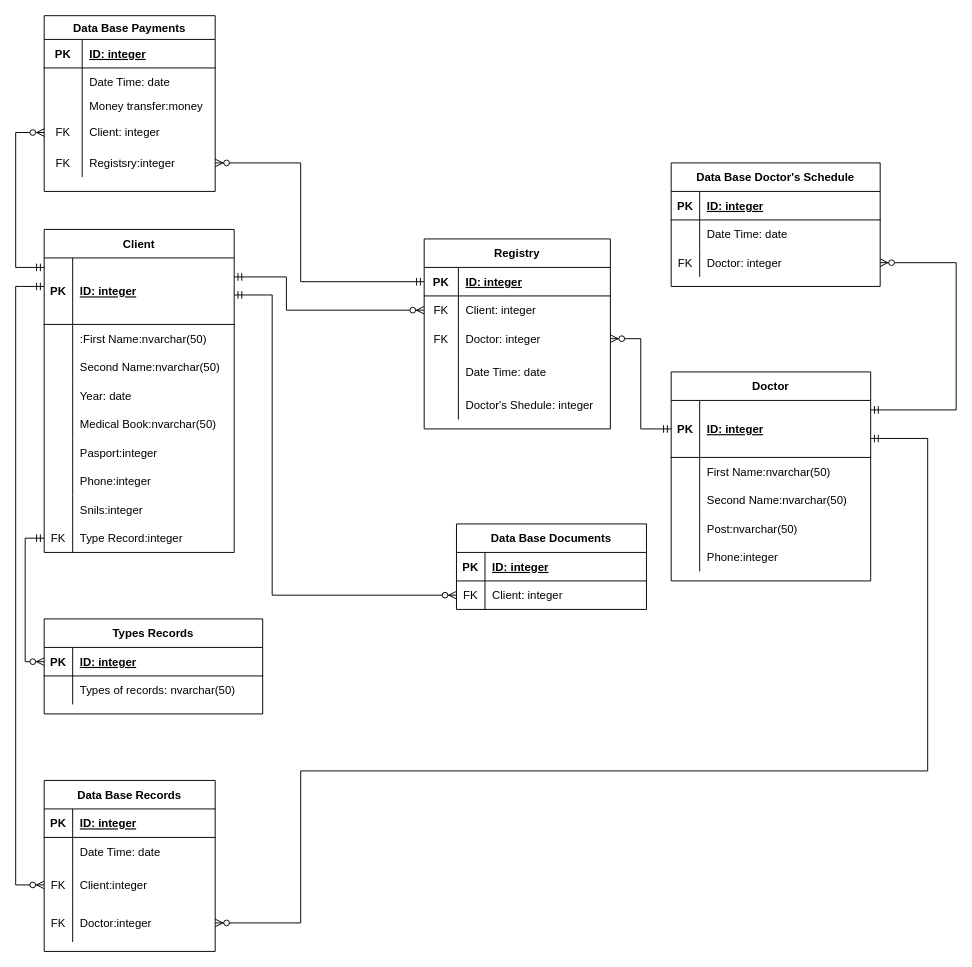
Before: page "Страница 3" (3 of 3) of diagram.drawio in vlvsk/TechnologiiProg, a draw.io diagram. Source tidied: cells renumbered, new cells numbered last; positions are measured from the earlier drawing's top-left corner, leaving out a move shared by most shapes. Both pictures are drawn from the tidied source at 95%, with x=0, y=0 at pixel (15, 15).
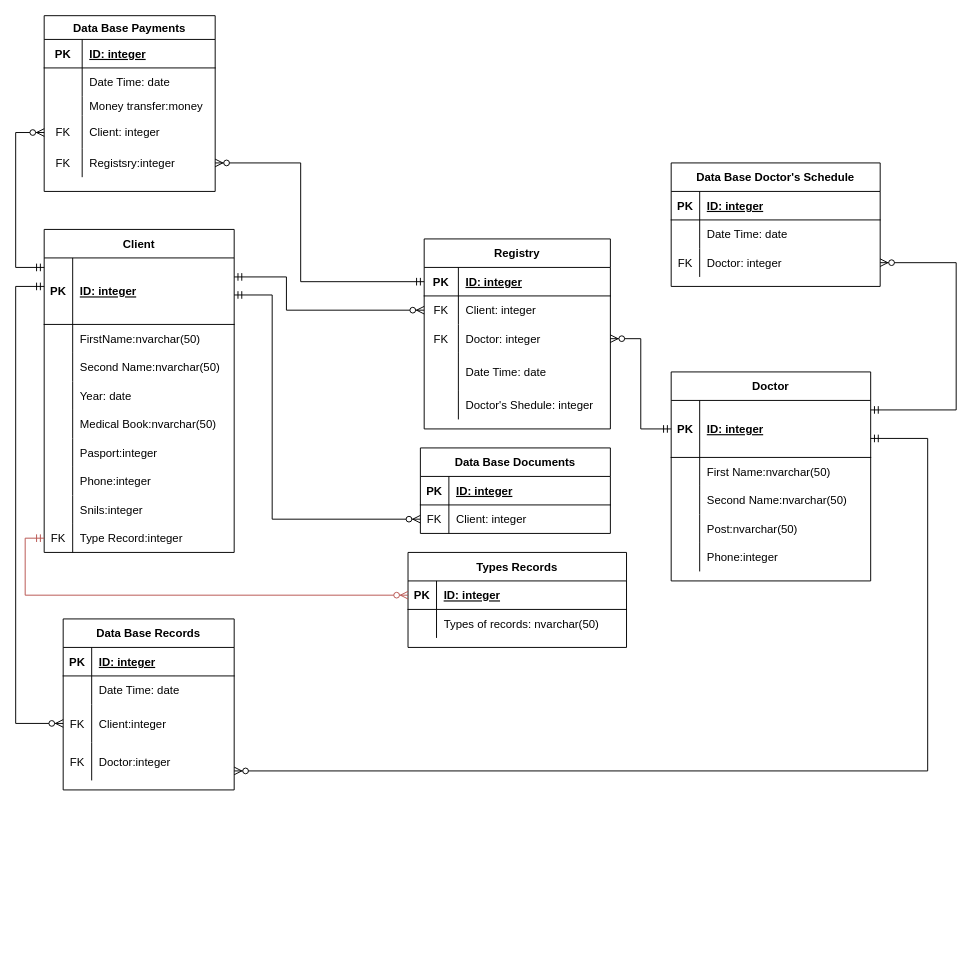
Above is the later version.

Unchanged cells that the change refers to:
```xml
<mxCell id="3" style="shape=partialRectangle;fillColor=none;top=0;left=0;bottom=1;right=0;points=[[0,0.5],[1,0.5]];portConstraint=eastwest;" parent="2" vertex="1">
  <mxGeometry y="30" width="200" height="70" as="geometry" />
</mxCell>
<mxCell id="6" style="shape=partialRectangle;fillColor=none;top=0;left=0;bottom=0;right=0;" parent="2" vertex="1">
  <mxGeometry y="100" width="200" height="30" as="geometry" />
</mxCell>
<mxCell id="27" style="shape=partialRectangle;fillColor=none;top=0;left=0;bottom=0;right=0;points=[[0,0.5],[1,0.5]];portConstraint=eastwest;" parent="2" vertex="1">
  <mxGeometry y="310" width="200" height="30" as="geometry" />
</mxCell>
<mxCell id="47" style="shape=partialRectangle;fillColor=none;top=0;left=0;bottom=1;right=0;points=[[0,0.5],[1,0.5]];portConstraint=eastwest;" parent="46" vertex="1">
  <mxGeometry y="30" width="210" height="60" as="geometry" />
</mxCell>
<mxCell id="69" style="shape=partialRectangle;fillColor=none;top=0;left=0;bottom=0;right=0;points=[[0,0.5],[1,0.5]];portConstraint=eastwest;" parent="62" vertex="1">
  <mxGeometry y="90" width="180" height="40" as="geometry" />
</mxCell>
<mxCell id="72" style="shape=partialRectangle;fillColor=none;top=0;left=0;bottom=0;right=0;points=[[0,0.5],[1,0.5]];portConstraint=eastwest;" parent="62" vertex="1">
  <mxGeometry y="130" width="180" height="40" as="geometry" />
</mxCell>
<mxCell id="79" style="shape=partialRectangle;fillColor=none;top=0;left=0;bottom=0;right=0;points=[[0,0.5],[1,0.5]];portConstraint=eastwest;" parent="75" vertex="1">
  <mxGeometry y="60" width="200" height="30" as="geometry" />
</mxCell>
<mxCell id="109" style="shape=partialRectangle;fillColor=none;top=0;left=0;bottom=1;right=0;points=[[0,0.5],[1,0.5]];portConstraint=eastwest;" parent="108" vertex="1">
  <mxGeometry y="30" width="230" height="30" as="geometry" />
</mxCell>
```

The edit, as a diff of the source:
```diff
@@
-    <mxCell id="8" value=":First Name:nvarchar(50)" style="shape=partialRectangle;fillColor=none;top=0;left=0;bottom=0;right=0;align=left;spacingLeft=6;overflow=hidden;" parent="6" vertex="1">
+    <mxCell id="8" value="FirstName:nvarchar(50)" style="shape=partialRectangle;fillColor=none;top=0;left=0;bottom=0;right=0;align=left;spacingLeft=6;overflow=hidden;" parent="6" vertex="1">
       <mxGeometry x="30" width="170" height="30" as="geometry" />
     </mxCell>
@@
     <mxCell id="62" value="Data Base Records" style="shape=table;startSize=30;childLayout=tableLayout;rowLines=0;fontStyle=1;align=center;" parent="1" vertex="1">
-      <mxGeometry x="30" y="805" width="180" height="180" as="geometry" />
+      <mxGeometry x="50" y="635" width="180" height="180" as="geometry" />
     </mxCell>
@@
     <mxCell id="75" value="Data Base Documents" style="shape=table;startSize=30;childLayout=tableLayout;rowLines=0;fontStyle=1;align=center;" parent="1" vertex="1">
-      <mxGeometry x="464" y="535" width="200" height="90" as="geometry" />
+      <mxGeometry x="426" y="455" width="200" height="90" as="geometry" />
     </mxCell>
@@
     <mxCell id="108" value="Types Records" style="shape=table;startSize=30;childLayout=tableLayout;rowLines=0;fontStyle=1;align=center;" parent="1" vertex="1">
-      <mxGeometry x="30" y="635" width="230" height="100" as="geometry" />
+      <mxGeometry x="413" y="565" width="230" height="100" as="geometry" />
     </mxCell>
@@
     <mxCell id="117" style="edgeStyle=orthogonalEdgeStyle;fontSize=12;html=1;endArrow=ERzeroToMany;startArrow=ERmandOne;rounded=0;" parent="1" edge="1" source="3" target="69">
       <mxGeometry relative="1" as="geometry">
         <Array as="points">
           <mxPoint y="285" />
-          <mxPoint y="915" />
+          <mxPoint y="745" />
         </Array>
       </mxGeometry>
     </mxCell>
     <mxCell id="118" style="edgeStyle=orthogonalEdgeStyle;fontSize=12;html=1;endArrow=ERzeroToMany;startArrow=ERmandOne;rounded=0;" parent="1" edge="1" source="47" target="72">
       <mxGeometry relative="1" as="geometry">
         <Array as="points">
           <mxPoint x="960" y="445" />
           <mxPoint x="960" y="795" />
-          <mxPoint x="300" y="795" />
-          <mxPoint x="300" y="955" />
         </Array>
       </mxGeometry>
     </mxCell>
@@
     <mxCell id="122" style="edgeStyle=orthogonalEdgeStyle;fontSize=12;html=1;endArrow=ERzeroToMany;startArrow=ERmandOne;rounded=0;entryX=0;entryY=0.5;entryDx=0;entryDy=0;" parent="1" edge="1" source="3" target="79">
       <mxGeometry relative="1" as="geometry">
         <Array as="points">
           <mxPoint x="270" y="294" />
-          <mxPoint x="270" y="610" />
+          <mxPoint x="270" y="530" />
         </Array>
       </mxGeometry>
     </mxCell>
-    <mxCell id="123" style="edgeStyle=orthogonalEdgeStyle;fontSize=12;html=1;endArrow=ERzeroToMany;startArrow=ERmandOne;rounded=0;" parent="1" edge="1" source="27" target="109">
+    <mxCell id="123" style="edgeStyle=orthogonalEdgeStyle;fontSize=12;html=1;endArrow=ERzeroToMany;startArrow=ERmandOne;rounded=0;fillColor=#f8cecc;strokeColor=#b85450;" parent="1" edge="1" source="27" target="109">
       <mxGeometry relative="1" as="geometry">
         <Array as="points">
           <mxPoint x="10" y="550" />
-          <mxPoint x="10" y="680" />
+          <mxPoint x="10" y="610" />
         </Array>
       </mxGeometry>
     </mxCell>
```
